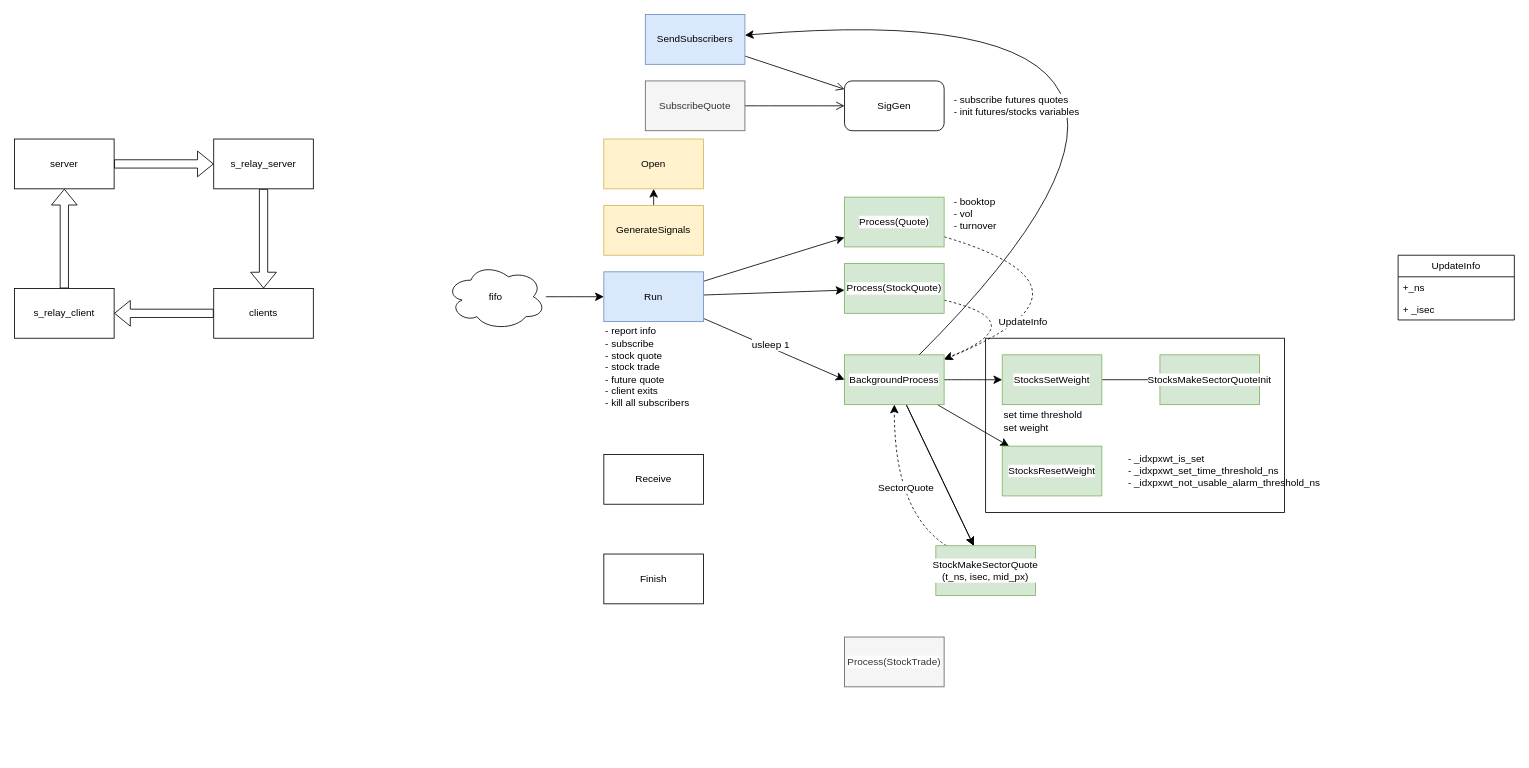
Before: page "siggen" (2 of 2) of tongdengfund/trader.drawio in mistyeye11/drawio, a draw.io diagram. Source tidied: cells renumbered, new cells numbered last; positions are measured from the earlier drawing's top-left corner, leaving out a move shared by most shapes. Both pictures are drawn from the tidied source at 83%, with x=0, y=0 at pixel (14, -11).
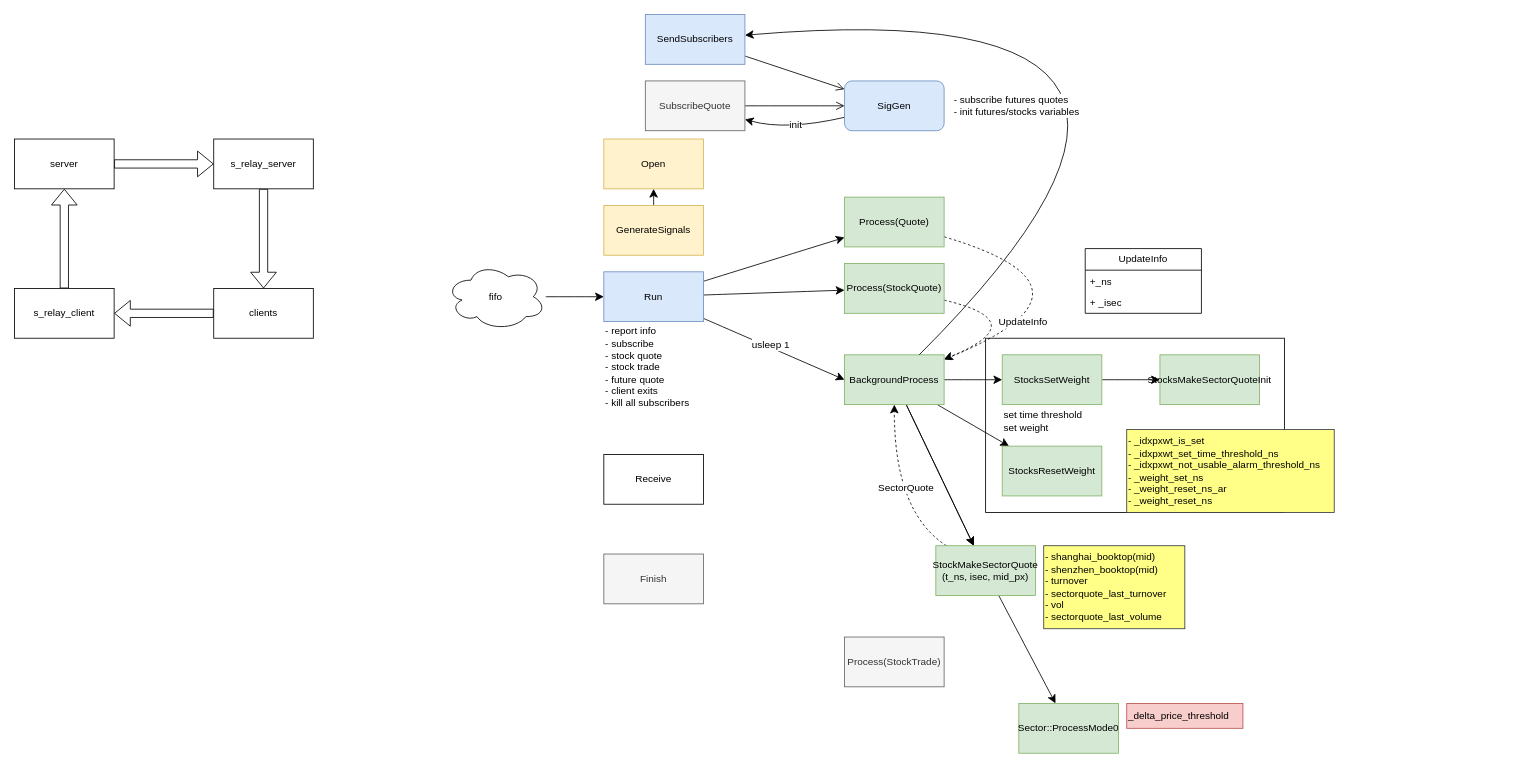
After the change.

Unchanged cells that the change refers to:
```xml
<mxCell id="34" value="SubscribeQuote" style="rounded=0;whiteSpace=wrap;html=1;fillColor=#f5f5f5;fontColor=#333333;strokeColor=#666666;" parent="1" vertex="1">
  <mxGeometry x="760" y="110" width="120" height="60" as="geometry" />
</mxCell>
```

What changed in the source:
```diff
@@
-    <mxCell id="5" value="&lt;div&gt;Process(Quote)&lt;/div&gt;" style="rounded=0;whiteSpace=wrap;html=1;strokeColor=#82b366;align=center;verticalAlign=middle;fontFamily=Helvetica;fontSize=12;labelBackgroundColor=default;fillColor=#d5e8d4;" parent="1" vertex="1">
+    <mxCell id="5" value="&lt;div&gt;Process(Quote)&lt;/div&gt;" style="rounded=0;whiteSpace=wrap;html=1;strokeColor=#82b366;align=center;verticalAlign=middle;fontFamily=Helvetica;fontSize=12;labelBackgroundColor=none;fillColor=#d5e8d4;" parent="1" vertex="1">
       <mxGeometry x="1000" y="250" width="120" height="60" as="geometry" />
     </mxCell>
@@
-    <mxCell id="7" value="&lt;div&gt;Process(StockQuote)&lt;/div&gt;" style="rounded=0;whiteSpace=wrap;html=1;strokeColor=#82b366;align=center;verticalAlign=middle;fontFamily=Helvetica;fontSize=12;labelBackgroundColor=default;fillColor=#d5e8d4;" parent="1" vertex="1">
+    <mxCell id="7" value="&lt;div&gt;Process(StockQuote)&lt;/div&gt;" style="rounded=0;whiteSpace=wrap;html=1;strokeColor=#82b366;align=center;verticalAlign=middle;fontFamily=Helvetica;fontSize=12;labelBackgroundColor=none;fillColor=#d5e8d4;" parent="1" vertex="1">
       <mxGeometry x="1000" y="330" width="120" height="60" as="geometry" />
     </mxCell>
-    <mxCell id="8" value="&lt;div&gt;Process(StockTrade)&lt;/div&gt;" style="rounded=0;whiteSpace=wrap;html=1;strokeColor=#666666;align=center;verticalAlign=middle;fontFamily=Helvetica;fontSize=12;fontColor=#333333;labelBackgroundColor=default;fillColor=#f5f5f5;" parent="1" vertex="1">
+    <mxCell id="8" value="&lt;div&gt;Process(StockTrade)&lt;/div&gt;" style="rounded=0;whiteSpace=wrap;html=1;strokeColor=#666666;align=center;verticalAlign=middle;fontFamily=Helvetica;fontSize=12;fontColor=#333333;labelBackgroundColor=none;fillColor=#f5f5f5;" parent="1" vertex="1">
       <mxGeometry x="1000" y="780" width="120" height="60" as="geometry" />
     </mxCell>
+    <mxCell id="56" style="edgeStyle=none;curved=1;rounded=0;jettySize=auto;html=1;fontSize=12;startSize=8;endSize=8;" parent="1" edge="1" source="9" target="34">
+      <mxGeometry relative="1" as="geometry">
+        <Array as="points">
+          <mxPoint x="930" y="170" />
+        </Array>
+      </mxGeometry>
+    </mxCell>
+    <mxCell id="57" value="init" style="edgeLabel;html=1;align=center;verticalAlign=middle;fontSize=12;" parent="56" vertex="1">
+      <mxGeometry x="-0.03" y="-5" relative="1" as="geometry" />
+    </mxCell>
-    <mxCell id="9" value="&lt;div&gt;SigGen&lt;/div&gt;" style="rounded=1;whiteSpace=wrap;html=1;strokeColor=default;align=center;verticalAlign=middle;fontFamily=Helvetica;fontSize=12;fontColor=default;labelBackgroundColor=default;fillColor=default;" parent="1" vertex="1">
+    <mxCell id="9" value="&lt;div&gt;SigGen&lt;/div&gt;" style="rounded=1;whiteSpace=wrap;html=1;strokeColor=#6c8ebf;align=center;verticalAlign=middle;fontFamily=Helvetica;fontSize=12;labelBackgroundColor=none;fillColor=#dae8fc;" parent="1" vertex="1">
       <mxGeometry x="1000" y="110" width="120" height="60" as="geometry" />
     </mxCell>
@@
-    <mxCell id="14" value="BackgroundProcess" style="rounded=0;whiteSpace=wrap;html=1;strokeColor=#82b366;align=center;verticalAlign=middle;fontFamily=Helvetica;fontSize=12;labelBackgroundColor=default;fillColor=#d5e8d4;" parent="1" vertex="1">
+    <mxCell id="14" value="BackgroundProcess" style="rounded=0;whiteSpace=wrap;html=1;strokeColor=#82b366;align=center;verticalAlign=middle;fontFamily=Helvetica;fontSize=12;labelBackgroundColor=none;fillColor=#d5e8d4;" parent="1" vertex="1">
       <mxGeometry x="1000" y="440" width="120" height="60" as="geometry" />
     </mxCell>
@@
+    <mxCell id="58" style="edgeStyle=none;curved=1;rounded=0;jettySize=auto;html=1;fontSize=12;startSize=8;endSize=8;" parent="1" edge="1" source="18" target="60">
+      <mxGeometry relative="1" as="geometry" />
+    </mxCell>
-    <mxCell id="18" value="&lt;div&gt;StockMakeSectorQuote&lt;/div&gt;&lt;div&gt;(t_ns, isec, mid_px)&lt;/div&gt;" style="rounded=0;whiteSpace=wrap;html=1;labelBackgroundColor=default;fillColor=#d5e8d4;strokeColor=#82b366;" parent="1" vertex="1">
+    <mxCell id="18" value="&lt;div&gt;StockMakeSectorQuote&lt;/div&gt;&lt;div&gt;(t_ns, isec, mid_px)&lt;/div&gt;" style="rounded=0;whiteSpace=wrap;html=1;labelBackgroundColor=none;fillColor=#d5e8d4;strokeColor=#82b366;" parent="1" vertex="1">
       <mxGeometry x="1110" y="670" width="120" height="60" as="geometry" />
     </mxCell>
@@
-    <mxCell id="20" value="StocksMakeSectorQuoteInit" style="whiteSpace=wrap;html=1;rounded=0;labelBackgroundColor=default;fillColor=#d5e8d4;strokeColor=#82b366;" parent="1" vertex="1">
+    <mxCell id="20" value="StocksMakeSectorQuoteInit" style="whiteSpace=wrap;html=1;rounded=0;labelBackgroundColor=none;fillColor=#d5e8d4;strokeColor=#82b366;" parent="1" vertex="1">
       <mxGeometry x="1380" y="440" width="120" height="60" as="geometry" />
     </mxCell>
     <mxCell id="21" value="&lt;blockquote&gt;UpdateInfo&lt;/blockquote&gt;" style="swimlane;fontStyle=0;horizontal=1;startSize=26;fillColor=none;whiteSpace=wrap;html=1;" parent="1" vertex="1">
-      <mxGeometry x="1667" y="320" width="140" height="78" as="geometry" />
+      <mxGeometry x="1290" y="312" width="140" height="78" as="geometry" />
     </mxCell>
@@
-    <mxCell id="36" style="group;" parent="1" vertex="1">
+    <mxCell id="36" style="group;labelBackgroundColor=none;" parent="1" vertex="1">
       <mxGeometry x="1190" y="440" width="120" height="100" as="geometry" />
     </mxCell>
-    <mxCell id="37" value="&lt;div&gt;StocksSetWeight&lt;/div&gt;" style="rounded=0;whiteSpace=wrap;html=1;strokeColor=#82b366;align=center;verticalAlign=middle;fontFamily=Helvetica;fontSize=12;labelBackgroundColor=default;fillColor=#d5e8d4;" parent="36" vertex="1">
+    <mxCell id="37" value="&lt;div&gt;StocksSetWeight&lt;/div&gt;" style="rounded=0;whiteSpace=wrap;html=1;strokeColor=#82b366;align=center;verticalAlign=middle;fontFamily=Helvetica;fontSize=12;labelBackgroundColor=none;fillColor=#d5e8d4;" parent="36" vertex="1">
       <mxGeometry width="120" height="60" as="geometry" />
     </mxCell>
@@
-    <mxCell id="42" value="Finish" style="rounded=0;whiteSpace=wrap;html=1;" parent="1" vertex="1">
+    <mxCell id="42" value="Finish" style="rounded=0;whiteSpace=wrap;html=1;fillColor=#f5f5f5;fontColor=#333333;strokeColor=#666666;" parent="1" vertex="1">
       <mxGeometry x="710" y="680" width="120" height="60" as="geometry" />
     </mxCell>
@@
-    <mxCell id="51" value="&lt;div&gt;- booktop&lt;/div&gt;&lt;div&gt;- vol&lt;/div&gt;&lt;div&gt;- turnover&lt;br&gt;&lt;/div&gt;" style="text;html=1;align=left;verticalAlign=middle;strokeColor=none;fillColor=none;fontSize=12;fontFamily=Helvetica;fontColor=default;labelBackgroundColor=default;" parent="1" vertex="1">
-      <mxGeometry x="1130" y="240" width="70" height="60" as="geometry" />
-    </mxCell>
@@
-    <mxCell id="54" value="StocksResetWeight" style="rounded=0;whiteSpace=wrap;html=1;labelBackgroundColor=default;fillColor=#d5e8d4;strokeColor=#82b366;" parent="1" vertex="1">
+    <mxCell id="54" value="StocksResetWeight" style="rounded=0;whiteSpace=wrap;html=1;labelBackgroundColor=none;fillColor=#d5e8d4;strokeColor=#82b366;" parent="1" vertex="1">
       <mxGeometry x="1190" y="550" width="120" height="60" as="geometry" />
     </mxCell>
-    <mxCell id="55" value="&lt;div&gt;- _idxpxwt_is_set&lt;/div&gt;&lt;div&gt;- _idxpxwt_set_time_threshold_ns&lt;/div&gt;&lt;div&gt;- _idxpxwt_not_usable_alarm_threshold_ns&lt;br&gt;&lt;/div&gt;" style="text;html=1;align=left;verticalAlign=middle;strokeColor=none;fillColor=none;fontSize=12;fontFamily=Helvetica;fontColor=default;labelBackgroundColor=none;" parent="1" vertex="1">
-      <mxGeometry x="1340" y="550" width="250" height="60" as="geometry" />
+    <mxCell id="55" value="&lt;div&gt;- _idxpxwt_is_set&lt;/div&gt;&lt;div&gt;- _idxpxwt_set_time_threshold_ns&lt;/div&gt;&lt;div&gt;- _idxpxwt_not_usable_alarm_threshold_ns&lt;br&gt;&lt;/div&gt;&lt;div&gt;- _weight_set_ns&lt;/div&gt;&lt;div&gt;- _weight_reset_ns_ar&lt;br&gt;&lt;/div&gt;&lt;div&gt;- _weight_reset_ns&lt;br&gt;&lt;/div&gt;" style="text;html=1;align=left;verticalAlign=middle;strokeColor=#36393d;fillColor=#ffff88;fontSize=12;fontFamily=Helvetica;labelBackgroundColor=none;" parent="1" vertex="1">
+      <mxGeometry x="1340" y="530" width="250" height="100" as="geometry" />
     </mxCell>
+    <mxCell id="59" value="&lt;div&gt;- shanghai_booktop(mid)&lt;/div&gt;&lt;div&gt;- shenzhen_booktop(mid)&lt;br&gt;&lt;/div&gt;&lt;div&gt;- turnover&lt;/div&gt;&lt;div&gt;- sectorquote_last_turnover&lt;br&gt;&lt;/div&gt;&lt;div&gt;- vol&lt;/div&gt;&lt;div&gt;- sectorquote_last_volume&lt;br&gt;&lt;/div&gt;" style="text;html=1;align=left;verticalAlign=middle;strokeColor=#36393d;fillColor=#ffff88;fontSize=12;fontFamily=Helvetica;labelBackgroundColor=none;" parent="1" vertex="1">
+      <mxGeometry x="1240" y="670" width="170" height="100" as="geometry" />
+    </mxCell>
+    <mxCell id="60" value="&lt;span style=&quot;&quot;&gt;Sector::ProcessMode0&lt;/span&gt;" style="rounded=0;whiteSpace=wrap;html=1;labelBackgroundColor=none;fillColor=#d5e8d4;strokeColor=#82b366;" parent="1" vertex="1">
+      <mxGeometry x="1210" y="860" width="120" height="60" as="geometry" />
+    </mxCell>
+    <mxCell id="61" value="_delta_price_threshold" style="text;html=1;align=left;verticalAlign=middle;strokeColor=#b85450;fillColor=#f8cecc;fontSize=12;fontFamily=Helvetica;labelBackgroundColor=none;" parent="1" vertex="1">
+      <mxGeometry x="1340" y="860" width="140" height="30" as="geometry" />
+    </mxCell>
```
